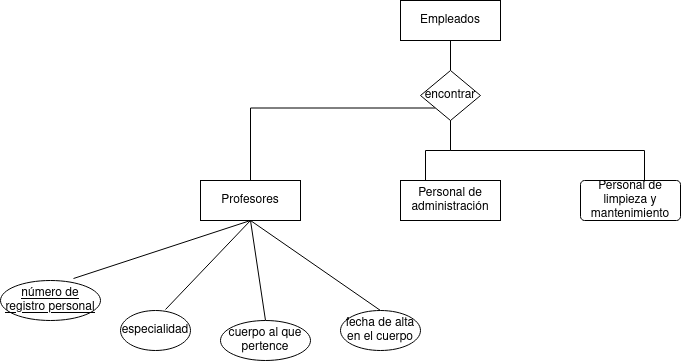
Above: Unidad-1/Tareas/Tarea 8/Tarea-8.drawio.png in CRhernandez1/base-datos (draw.io), before the change. Source tidied: cells renumbered, new cells last; positions are measured from the earlier drawing's top-left corner, leaving out a move shared by most shapes.
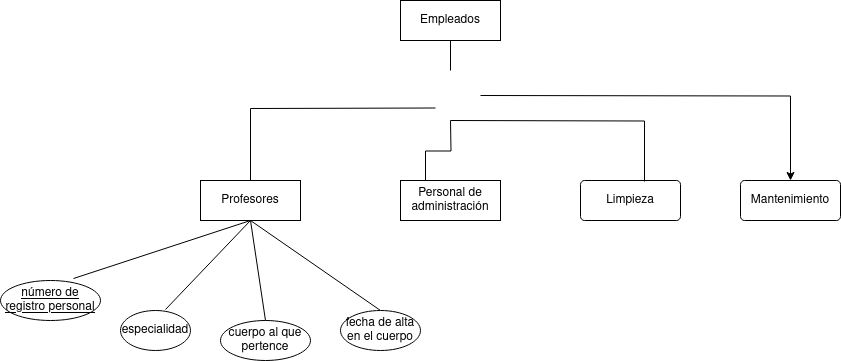
After the change.

What changed in the source:
```diff
@@ -2,8 +2,10 @@
   <root>
     <mxCell id="0" />
     <mxCell id="1" parent="0" />
-    <mxCell id="2" style="edgeStyle=orthogonalEdgeStyle;rounded=0;jettySize=auto;html=1;exitX=0.5;exitY=1;exitDx=0;exitDy=0;entryX=0.5;entryY=0;entryDx=0;entryDy=0;endArrow=none;endFill=0;" parent="1" edge="1" source="3" target="17">
-      <mxGeometry relative="1" as="geometry" />
+    <mxCell id="2" style="edgeStyle=orthogonalEdgeStyle;rounded=0;jettySize=auto;html=1;exitX=0.5;exitY=1;exitDx=0;exitDy=0;entryX=0.5;entryY=0;entryDx=0;entryDy=0;endArrow=none;endFill=0;" parent="1" edge="1" source="3">
+      <mxGeometry relative="1" as="geometry">
+        <mxPoint x="450" y="70" as="targetPoint" />
+      </mxGeometry>
     </mxCell>
     <mxCell id="3" value="Empleados" style="whiteSpace=wrap;html=1;align=center;" parent="1" vertex="1">
       <mxGeometry x="400" width="100" height="40" as="geometry" />
@@ -20,7 +22,7 @@
     <mxCell id="7" value="Profesores" style="whiteSpace=wrap;html=1;align=center;" parent="1" vertex="1">
       <mxGeometry x="200" y="180" width="100" height="40" as="geometry" />
     </mxCell>
-    <mxCell id="8" value="&lt;div&gt;Personal de limpieza y mantenimiento&lt;/div&gt;" style="rounded=1;arcSize=10;whiteSpace=wrap;html=1;align=center;" parent="1" vertex="1">
+    <mxCell id="8" value="Limpieza" style="rounded=1;arcSize=10;whiteSpace=wrap;html=1;align=center;" parent="1" vertex="1">
       <mxGeometry x="580" y="180" width="100" height="40" as="geometry" />
     </mxCell>
     <mxCell id="9" value="número de registro personal" style="ellipse;whiteSpace=wrap;html=1;align=center;fontStyle=4;" parent="1" vertex="1">
@@ -41,17 +43,28 @@
     <mxCell id="14" style="rounded=0;jettySize=auto;html=1;exitX=0.5;exitY=1;exitDx=0;exitDy=0;entryX=0.643;entryY=-0.025;entryDx=0;entryDy=0;entryPerimeter=0;endArrow=none;endFill=0;" parent="1" edge="1" source="7" target="10">
       <mxGeometry relative="1" as="geometry" />
     </mxCell>
-    <mxCell id="15" style="edgeStyle=orthogonalEdgeStyle;rounded=0;jettySize=auto;html=1;exitX=0;exitY=1;exitDx=0;exitDy=0;entryX=0.5;entryY=0;entryDx=0;entryDy=0;endArrow=none;endFill=0;" parent="1" edge="1" source="17" target="7">
-      <mxGeometry relative="1" as="geometry" />
+    <mxCell id="15" style="edgeStyle=orthogonalEdgeStyle;rounded=0;jettySize=auto;html=1;exitX=0;exitY=1;exitDx=0;exitDy=0;entryX=0.5;entryY=0;entryDx=0;entryDy=0;endArrow=none;endFill=0;" parent="1" edge="1" target="7">
+      <mxGeometry relative="1" as="geometry">
+        <mxPoint x="435" y="107.5" as="sourcePoint" />
+      </mxGeometry>
     </mxCell>
-    <mxCell id="16" style="edgeStyle=orthogonalEdgeStyle;rounded=0;jettySize=auto;html=1;exitX=0.5;exitY=1;exitDx=0;exitDy=0;entryX=0.25;entryY=0;entryDx=0;entryDy=0;endArrow=none;endFill=0;" parent="1" edge="1" source="17" target="4">
-      <mxGeometry relative="1" as="geometry" />
+    <mxCell id="16" style="edgeStyle=orthogonalEdgeStyle;rounded=0;jettySize=auto;html=1;exitX=0.5;exitY=1;exitDx=0;exitDy=0;entryX=0.25;entryY=0;entryDx=0;entryDy=0;endArrow=none;endFill=0;" parent="1" edge="1" target="4">
+      <mxGeometry relative="1" as="geometry">
+        <mxPoint x="450" y="120" as="sourcePoint" />
+      </mxGeometry>
     </mxCell>
-    <mxCell id="17" value="encontrar" style="shape=rhombus;perimeter=rhombusPerimeter;whiteSpace=wrap;html=1;align=center;" parent="1" vertex="1">
-      <mxGeometry x="420" y="70" width="60" height="50" as="geometry" />
-    </mxCell>
+    <mxCell id="19" style="edgeStyle=orthogonalEdgeStyle;rounded=0;jettySize=auto;html=1;exitX=1;exitY=0.5;exitDx=0;exitDy=0;" parent="1" edge="1" target="20">
+      <mxGeometry relative="1" as="geometry">
+        <mxPoint x="480" y="95" as="sourcePoint" />
+      </mxGeometry>
+    </mxCell>
-    <mxCell id="18" style="edgeStyle=orthogonalEdgeStyle;rounded=0;jettySize=auto;html=1;exitX=0.5;exitY=1;exitDx=0;exitDy=0;entryX=0.64;entryY=0.025;entryDx=0;entryDy=0;entryPerimeter=0;endArrow=none;endFill=0;" parent="1" edge="1" source="17" target="8">
-      <mxGeometry relative="1" as="geometry" />
+    <mxCell id="18" style="edgeStyle=orthogonalEdgeStyle;rounded=0;jettySize=auto;html=1;exitX=0.5;exitY=1;exitDx=0;exitDy=0;entryX=0.64;entryY=0.025;entryDx=0;entryDy=0;entryPerimeter=0;endArrow=none;endFill=0;" parent="1" edge="1" target="8">
+      <mxGeometry relative="1" as="geometry">
+        <mxPoint x="450" y="120" as="sourcePoint" />
+      </mxGeometry>
     </mxCell>
+    <mxCell id="20" value="Mantenimiento" style="rounded=1;arcSize=10;whiteSpace=wrap;html=1;align=center;" parent="1" vertex="1">
+      <mxGeometry x="740" y="180" width="100" height="40" as="geometry" />
+    </mxCell>
   </root>
 </mxGraphModel>
```
